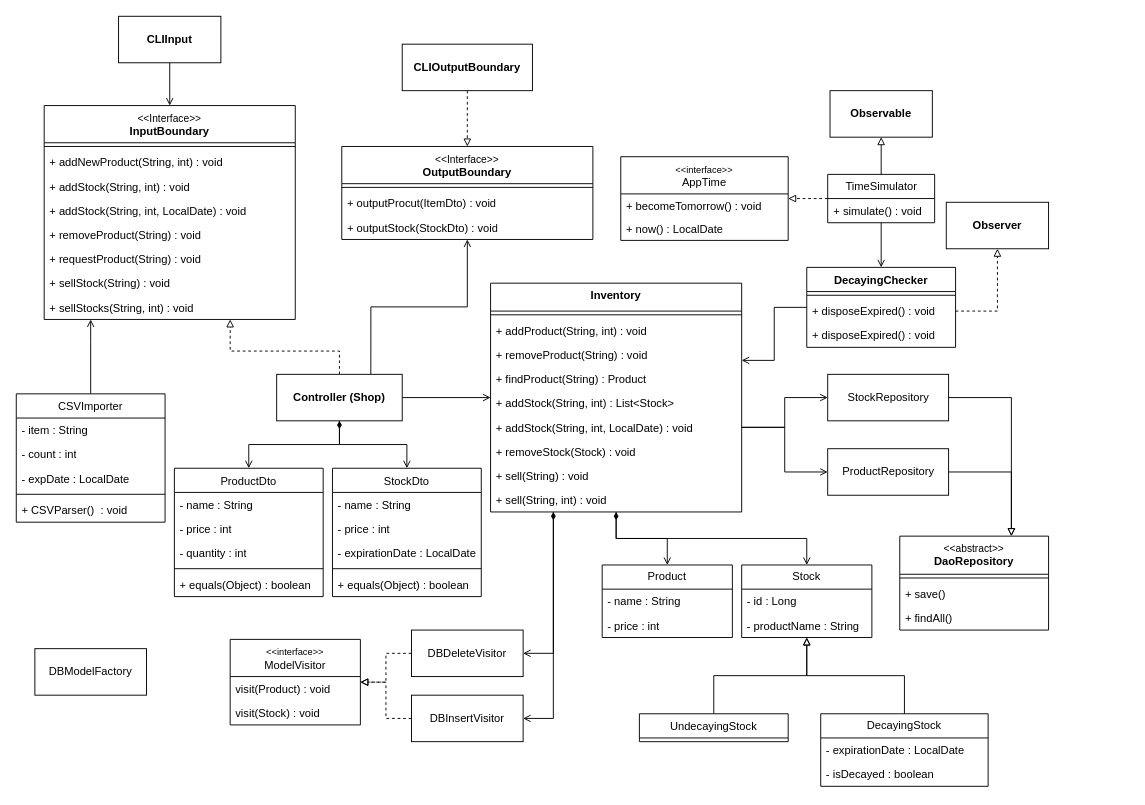
Above: docs/diagrams/class-diagram.drawio in MintBee/HolubSQL (draw.io), before the change. Source tidied: cells renumbered, new cells numbered last; positions are measured from the earlier drawing's top-left corner, leaving out a move shared by most shapes. Both pictures are drawn from the tidied source at 93%, with x=0, y=0 at pixel (16, 16).
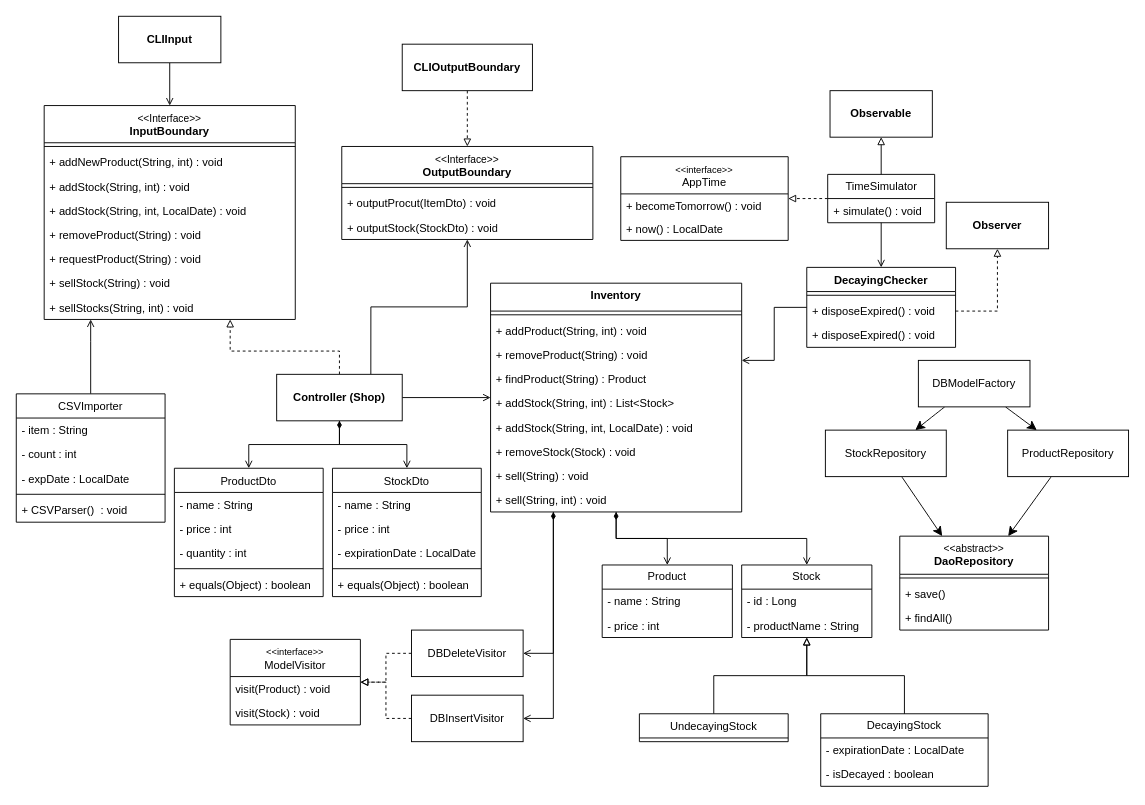
The same diagram, later.

Commit message (it also covers changes not shown here):
fix Class Diagram

The change refers to these unchanged cells:
```xml
<mxCell id="28" value="+ addStock(String, int, LocalDate) : void" style="text;strokeColor=none;fillColor=none;align=left;verticalAlign=top;spacingLeft=4;spacingRight=4;overflow=hidden;points=[[0,0.5],[1,0.5]];portConstraint=eastwest;whiteSpace=wrap;html=1;" parent="22" vertex="1">
  <mxGeometry y="142" width="270" height="26" as="geometry" />
</mxCell>
<mxCell id="61" value="&lt;span style=&quot;font-weight: normal;&quot;&gt;&lt;font style=&quot;font-size: 11px;&quot;&gt;&amp;lt;&amp;lt;abstract&amp;gt;&amp;gt;&lt;/font&gt;&lt;/span&gt;&lt;br&gt;DaoRepository" style="swimlane;fontStyle=1;align=center;verticalAlign=top;horizontal=1;startSize=41;whiteSpace=wrap;html=1;" parent="1" vertex="1">
  <mxGeometry x="950" y="559" width="160" height="101" as="geometry" />
</mxCell>
```

Change to the diagram source:
```diff
@@
-    <mxCell id="57" style="edgeStyle=orthogonalEdgeStyle;rounded=0;jettySize=auto;html=1;exitX=1;exitY=0.5;exitDx=0;exitDy=0;entryX=0.75;entryY=0;entryDx=0;entryDy=0;endArrow=block;endFill=0;" parent="1" edge="1" source="58" target="61">
+    <mxCell id="57" style="edgeStyle=none;curved=1;rounded=0;jettySize=auto;html=1;fontSize=12;startSize=8;endSize=8;" parent="1" edge="1" source="58" target="61">
       <mxGeometry relative="1" as="geometry" />
     </mxCell>
     <mxCell id="58" value="StockRepository" style="html=1;whiteSpace=wrap;" parent="1" vertex="1">
-      <mxGeometry x="872.5" y="385" width="130" height="50" as="geometry" />
+      <mxGeometry x="870" y="445" width="130" height="50" as="geometry" />
     </mxCell>
-    <mxCell id="59" style="edgeStyle=orthogonalEdgeStyle;rounded=0;jettySize=auto;html=1;exitX=1;exitY=0.5;exitDx=0;exitDy=0;entryX=0.75;entryY=0;entryDx=0;entryDy=0;endArrow=block;endFill=0;" parent="1" edge="1" source="60" target="61">
-      <mxGeometry relative="1" as="geometry" />
-    </mxCell>
-    <mxCell id="60" value="ProductRepository" style="html=1;whiteSpace=wrap;" parent="1" vertex="1">
-      <mxGeometry x="872.5" y="465" width="130" height="50" as="geometry" />
-    </mxCell>
@@
-    <mxCell id="65" style="edgeStyle=orthogonalEdgeStyle;rounded=0;jettySize=auto;html=1;exitX=1;exitY=0.5;exitDx=0;exitDy=0;entryX=0;entryY=0.5;entryDx=0;entryDy=0;endArrow=open;endFill=0;" parent="1" edge="1" source="28" target="58">
-      <mxGeometry relative="1" as="geometry" />
-    </mxCell>
-    <mxCell id="66" style="edgeStyle=orthogonalEdgeStyle;rounded=0;jettySize=auto;html=1;exitX=1;exitY=0.5;exitDx=0;exitDy=0;entryX=0;entryY=0.5;entryDx=0;entryDy=0;endArrow=open;endFill=0;" parent="1" edge="1" source="28" target="60">
-      <mxGeometry relative="1" as="geometry" />
-    </mxCell>
@@
+    <mxCell id="105" style="edgeStyle=none;curved=1;rounded=0;jettySize=auto;html=1;fontSize=12;startSize=8;endSize=8;" parent="1" edge="1" source="101" target="58">
+      <mxGeometry relative="1" as="geometry" />
+    </mxCell>
+    <mxCell id="106" style="edgeStyle=none;curved=1;rounded=0;jettySize=auto;html=1;fontSize=12;startSize=8;endSize=8;" parent="1" edge="1" source="101" target="60">
+      <mxGeometry relative="1" as="geometry" />
+    </mxCell>
     <mxCell id="101" value="DBModelFactory" style="html=1;whiteSpace=wrap;" parent="1" vertex="1">
-      <mxGeometry x="20" y="680" width="120" height="50" as="geometry" />
+      <mxGeometry x="970" y="370" width="120" height="50" as="geometry" />
     </mxCell>
@@
+    <mxCell id="59" style="edgeStyle=none;curved=1;rounded=0;jettySize=auto;html=1;fontSize=12;startSize=8;endSize=8;" parent="1" edge="1" source="60" target="61">
+      <mxGeometry relative="1" as="geometry" />
+    </mxCell>
+    <mxCell id="60" value="ProductRepository" style="html=1;whiteSpace=wrap;" parent="1" vertex="1">
+      <mxGeometry x="1066" y="445" width="130" height="50" as="geometry" />
+    </mxCell>
```
